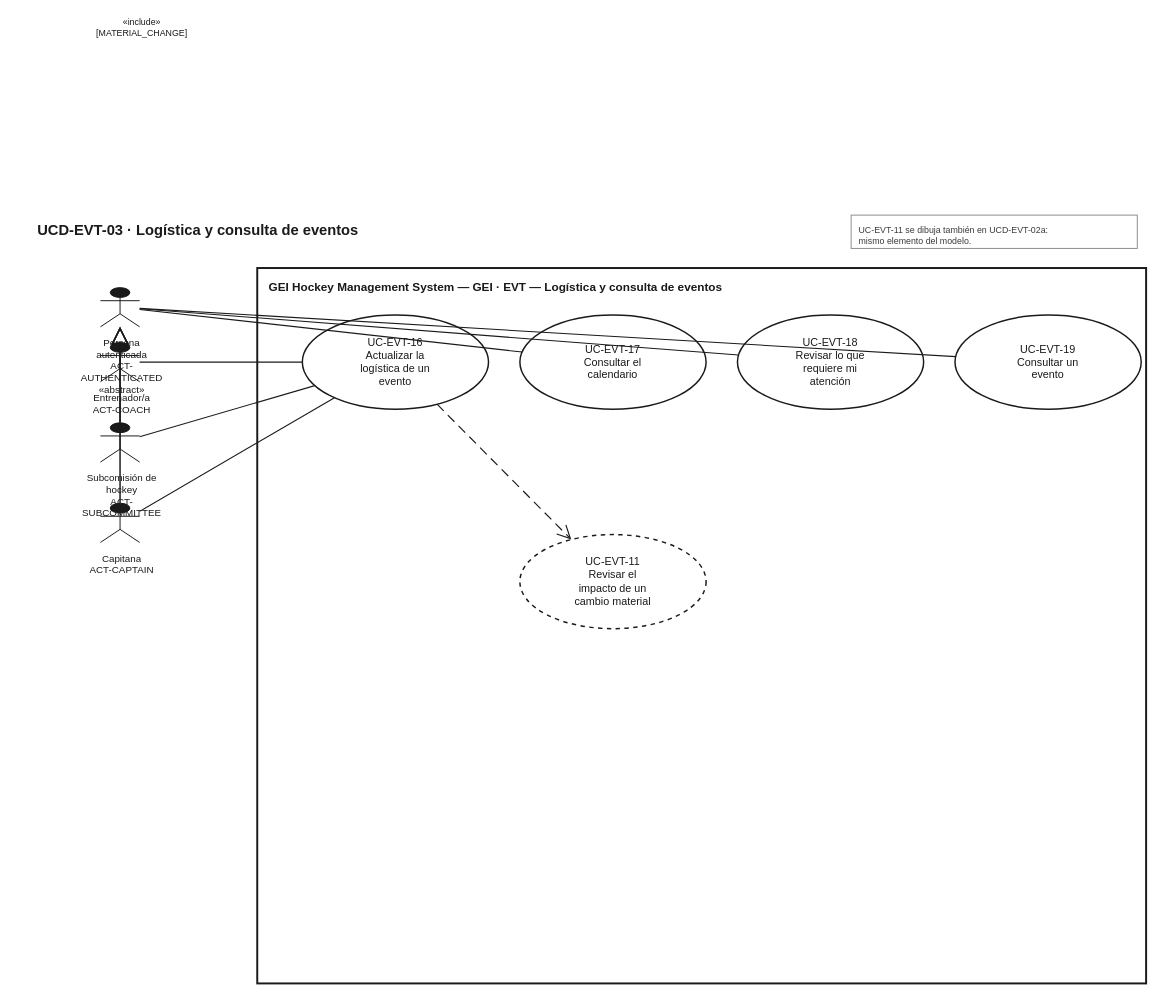
Earlier version of the draw.io diagram docs/uml/use-cases/source/UCD-EVT-03__GEI_Event_Logistics_Queries.drawio (xeyroxpagode/Cluber). Source tidied: cells renumbered, new cells numbered last; positions are measured from the earlier drawing's top-left corner, leaving out a move shared by most shapes. Both pictures are drawn from the tidied source at 98%, with x=0, y=0 at pixel (35, 215).
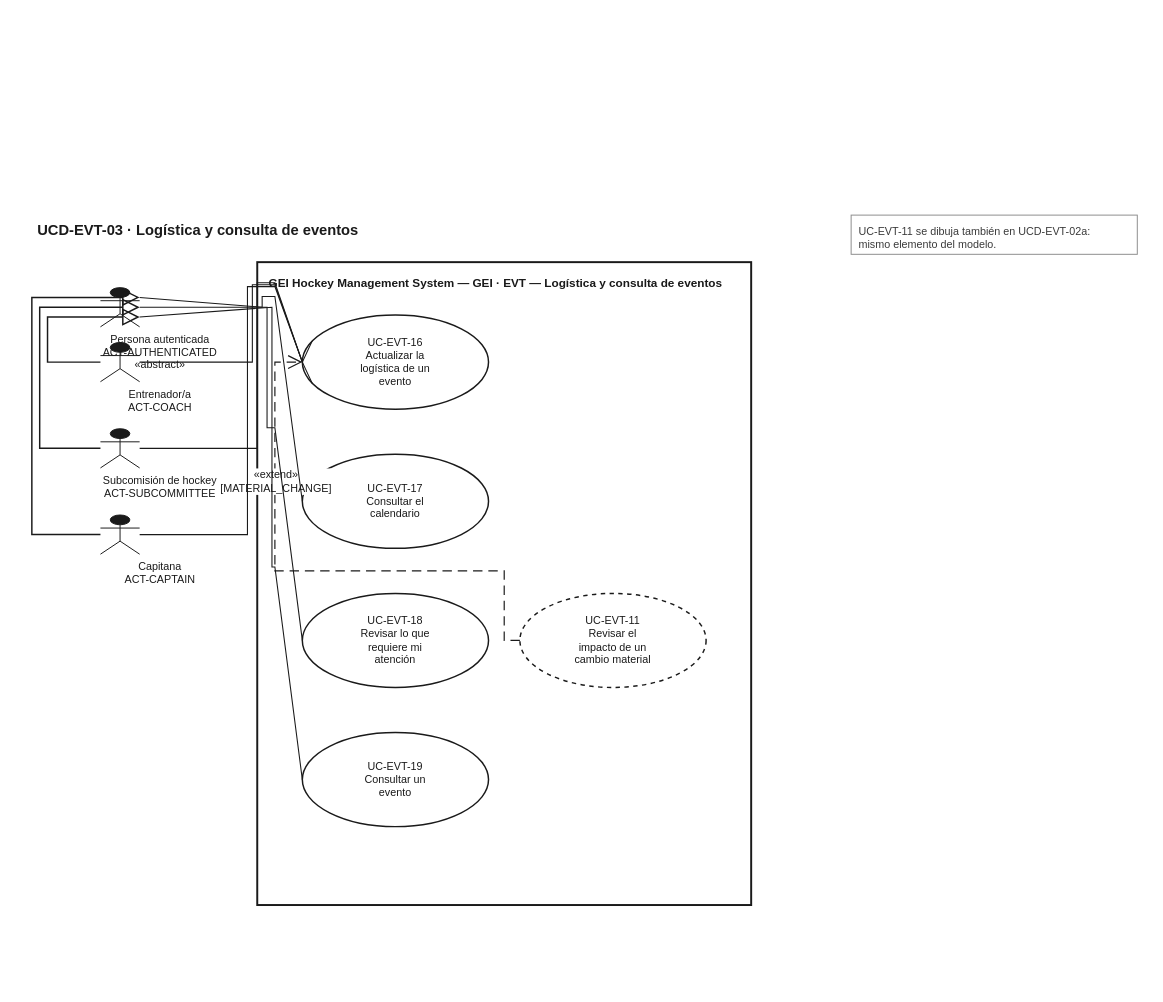
After the change.

Unchanged cells that the change refers to:
```xml
<mxCell id="4" value="UC-EVT-16&lt;br&gt;Actualizar la&lt;br&gt;logística de un&lt;br&gt;evento" style="ellipse;whiteSpace=wrap;html=1;fillColor=#FFFFFF;strokeColor=#1A1A1A;strokeWidth=1.5;fontFamily=Helvetica;fontSize=11;fontColor=#1A1A1A;align=center;verticalAlign=middle;" parent="1" vertex="1">
  <mxGeometry x="272" y="102" width="190" height="96" as="geometry" />
</mxCell>
```

What changed in the source:
```diff
@@
-    <mxCell id="3" value="GEI Hockey Management System — GEI · EVT — Logística y consulta de eventos" style="rounded=0;whiteSpace=wrap;html=1;fillColor=#FFFFFF;strokeColor=#1A1A1A;strokeWidth=2;verticalAlign=top;align=left;spacingLeft=10;spacingTop=6;fontFamily=Helvetica;fontSize=12;fontStyle=1;fontColor=#1A1A1A;" parent="1" vertex="1">
-      <mxGeometry x="226" y="54" width="907" height="730" as="geometry" />
+    <mxCell id="3" value="GEI Hockey Management System — GEI · EVT — Logística y consulta de eventos" style="rounded=0;whiteSpace=wrap;html=1;fillColor=#FFFFFF;strokeColor=#1A1A1A;strokeWidth=2;verticalAlign=top;align=left;spacingLeft=10;spacingTop=8;fontFamily=Helvetica;fontSize=12;fontStyle=1;fontColor=#1A1A1A;" parent="1" vertex="1">
+      <mxGeometry x="226" y="48" width="504" height="656" as="geometry" />
     </mxCell>
@@
     <mxCell id="5" value="UC-EVT-17&lt;br&gt;Consultar el&lt;br&gt;calendario" style="ellipse;whiteSpace=wrap;html=1;fillColor=#FFFFFF;strokeColor=#1A1A1A;strokeWidth=1.5;fontFamily=Helvetica;fontSize=11;fontColor=#1A1A1A;align=center;verticalAlign=middle;" parent="1" vertex="1">
-      <mxGeometry x="494" y="102" width="190" height="96" as="geometry" />
+      <mxGeometry x="272" y="244" width="190" height="96" as="geometry" />
     </mxCell>
     <mxCell id="6" value="UC-EVT-18&lt;br&gt;Revisar lo que&lt;br&gt;requiere mi&lt;br&gt;atención" style="ellipse;whiteSpace=wrap;html=1;fillColor=#FFFFFF;strokeColor=#1A1A1A;strokeWidth=1.5;fontFamily=Helvetica;fontSize=11;fontColor=#1A1A1A;align=center;verticalAlign=middle;" parent="1" vertex="1">
-      <mxGeometry x="716" y="102" width="190" height="96" as="geometry" />
+      <mxGeometry x="272" y="386" width="190" height="96" as="geometry" />
     </mxCell>
     <mxCell id="7" value="UC-EVT-19&lt;br&gt;Consultar un&lt;br&gt;evento" style="ellipse;whiteSpace=wrap;html=1;fillColor=#FFFFFF;strokeColor=#1A1A1A;strokeWidth=1.5;fontFamily=Helvetica;fontSize=11;fontColor=#1A1A1A;align=center;verticalAlign=middle;" parent="1" vertex="1">
-      <mxGeometry x="938" y="102" width="190" height="96" as="geometry" />
+      <mxGeometry x="272" y="528" width="190" height="96" as="geometry" />
     </mxCell>
     <mxCell id="8" value="UC-EVT-11&lt;br&gt;Revisar el&lt;br&gt;impacto de un&lt;br&gt;cambio material" style="ellipse;whiteSpace=wrap;html=1;fillColor=#FFFFFF;strokeColor=#1A1A1A;strokeWidth=1.5;dashed=1;fontFamily=Helvetica;fontSize=11;fontColor=#1A1A1A;align=center;verticalAlign=middle;" parent="1" vertex="1">
-      <mxGeometry x="494" y="326" width="190" height="96" as="geometry" />
+      <mxGeometry x="494" y="386" width="190" height="96" as="geometry" />
     </mxCell>
-    <mxCell id="9" style="shape=umlActor;html=1;verticalLabelPosition=bottom;verticalAlign=top;align=center;labelBackgroundColor=#FFFFFF;fontFamily=Helvetica;fontSize=10;fontColor=#1A1A1A;strokeColor=#1A1A1A;fillColor=#1A1A1A;" parent="1" vertex="1">
+    <mxCell id="9" style="shape=umlActor;html=1;verticalLabelPosition=bottom;verticalAlign=top;align=center;labelBackgroundColor=#FFFFFF;fontFamily=Helvetica;fontSize=11;fontColor=#1A1A1A;strokeColor=#1A1A1A;fillColor=#1A1A1A;" parent="1" vertex="1">
       <mxGeometry x="66" y="74" width="40" height="40" as="geometry" />
     </mxCell>
-    <mxCell id="10" value="Persona&lt;br&gt;autenticada&lt;br&gt;ACT-AUTHENTICATED&lt;br&gt;«abstract»" style="text;html=1;strokeColor=none;fillColor=none;align=center;verticalAlign=top;fontFamily=Helvetica;fontSize=10;fontColor=#1A1A1A;whiteSpace=wrap;" parent="1" vertex="1">
-      <mxGeometry x="42" y="118" width="92" height="52" as="geometry" />
+    <mxCell id="10" value="Persona autenticada&lt;br&gt;ACT-AUTHENTICATED&lt;br&gt;«abstract»" style="text;html=1;strokeColor=none;fillColor=none;align=center;verticalAlign=top;fontFamily=Helvetica;fontSize=11;fontColor=#1A1A1A;whiteSpace=wrap;" parent="1" vertex="1">
+      <mxGeometry x="42" y="114" width="170" height="42" as="geometry" />
     </mxCell>
-    <mxCell id="11" style="shape=umlActor;html=1;verticalLabelPosition=bottom;verticalAlign=top;align=center;labelBackgroundColor=#FFFFFF;fontFamily=Helvetica;fontSize=10;fontColor=#1A1A1A;strokeColor=#1A1A1A;fillColor=#1A1A1A;" parent="1" vertex="1">
+    <mxCell id="11" style="shape=umlActor;html=1;verticalLabelPosition=bottom;verticalAlign=top;align=center;labelBackgroundColor=#FFFFFF;fontFamily=Helvetica;fontSize=11;fontColor=#1A1A1A;strokeColor=#1A1A1A;fillColor=#1A1A1A;" parent="1" vertex="1">
       <mxGeometry x="66" y="130" width="40" height="40" as="geometry" />
     </mxCell>
-    <mxCell id="12" value="Entrenador/a&lt;br&gt;ACT-COACH" style="text;html=1;strokeColor=none;fillColor=none;align=center;verticalAlign=top;fontFamily=Helvetica;fontSize=10;fontColor=#1A1A1A;whiteSpace=wrap;" parent="1" vertex="1">
-      <mxGeometry x="42" y="174" width="92" height="26" as="geometry" />
+    <mxCell id="12" value="Entrenador/a&lt;br&gt;ACT-COACH" style="text;html=1;strokeColor=none;fillColor=none;align=center;verticalAlign=top;fontFamily=Helvetica;fontSize=11;fontColor=#1A1A1A;whiteSpace=wrap;" parent="1" vertex="1">
+      <mxGeometry x="42" y="170" width="170" height="28" as="geometry" />
     </mxCell>
-    <mxCell id="13" style="shape=umlActor;html=1;verticalLabelPosition=bottom;verticalAlign=top;align=center;labelBackgroundColor=#FFFFFF;fontFamily=Helvetica;fontSize=10;fontColor=#1A1A1A;strokeColor=#1A1A1A;fillColor=#1A1A1A;" parent="1" vertex="1">
-      <mxGeometry x="66" y="212" width="40" height="40" as="geometry" />
+    <mxCell id="13" style="shape=umlActor;html=1;verticalLabelPosition=bottom;verticalAlign=top;align=center;labelBackgroundColor=#FFFFFF;fontFamily=Helvetica;fontSize=11;fontColor=#1A1A1A;strokeColor=#1A1A1A;fillColor=#1A1A1A;" parent="1" vertex="1">
+      <mxGeometry x="66" y="218" width="40" height="40" as="geometry" />
     </mxCell>
-    <mxCell id="14" value="Subcomisión de&lt;br&gt;hockey&lt;br&gt;ACT-SUBCOMMITTEE" style="text;html=1;strokeColor=none;fillColor=none;align=center;verticalAlign=top;fontFamily=Helvetica;fontSize=10;fontColor=#1A1A1A;whiteSpace=wrap;" parent="1" vertex="1">
-      <mxGeometry x="42" y="256" width="92" height="39" as="geometry" />
+    <mxCell id="14" value="Subcomisión de hockey&lt;br&gt;ACT-SUBCOMMITTEE" style="text;html=1;strokeColor=none;fillColor=none;align=center;verticalAlign=top;fontFamily=Helvetica;fontSize=11;fontColor=#1A1A1A;whiteSpace=wrap;" parent="1" vertex="1">
+      <mxGeometry x="42" y="258" width="170" height="28" as="geometry" />
     </mxCell>
-    <mxCell id="15" style="shape=umlActor;html=1;verticalLabelPosition=bottom;verticalAlign=top;align=center;labelBackgroundColor=#FFFFFF;fontFamily=Helvetica;fontSize=10;fontColor=#1A1A1A;strokeColor=#1A1A1A;fillColor=#1A1A1A;" parent="1" vertex="1">
-      <mxGeometry x="66" y="294" width="40" height="40" as="geometry" />
+    <mxCell id="15" style="shape=umlActor;html=1;verticalLabelPosition=bottom;verticalAlign=top;align=center;labelBackgroundColor=#FFFFFF;fontFamily=Helvetica;fontSize=11;fontColor=#1A1A1A;strokeColor=#1A1A1A;fillColor=#1A1A1A;" parent="1" vertex="1">
+      <mxGeometry x="66" y="306" width="40" height="40" as="geometry" />
     </mxCell>
-    <mxCell id="16" value="Capitana&lt;br&gt;ACT-CAPTAIN" style="text;html=1;strokeColor=none;fillColor=none;align=center;verticalAlign=top;fontFamily=Helvetica;fontSize=10;fontColor=#1A1A1A;whiteSpace=wrap;" parent="1" vertex="1">
-      <mxGeometry x="42" y="338" width="92" height="26" as="geometry" />
+    <mxCell id="16" value="Capitana&lt;br&gt;ACT-CAPTAIN" style="text;html=1;strokeColor=none;fillColor=none;align=center;verticalAlign=top;fontFamily=Helvetica;fontSize=11;fontColor=#1A1A1A;whiteSpace=wrap;" parent="1" vertex="1">
+      <mxGeometry x="42" y="346" width="170" height="28" as="geometry" />
     </mxCell>
-    <mxCell id="17" value="UC-EVT-11 se dibuja también en UCD-EVT-02a:&lt;br&gt;mismo elemento del modelo." style="rounded=0;whiteSpace=wrap;html=1;fillColor=#FFFFFF;strokeColor=#8C8C8C;strokeWidth=1;align=left;verticalAlign=top;spacingLeft=6;spacingTop=4;fontFamily=Helvetica;fontSize=9;fontColor=#3A3A3A;" parent="1" vertex="1">
-      <mxGeometry x="832" width="292" height="34" as="geometry" />
+    <mxCell id="17" value="UC-EVT-11 se dibuja también en UCD-EVT-02a:&lt;br&gt;mismo elemento del modelo." style="rounded=0;whiteSpace=wrap;html=1;fillColor=#FFFFFF;strokeColor=#8C8C8C;strokeWidth=1;align=left;verticalAlign=top;spacingLeft=6;spacingTop=4;fontFamily=Helvetica;fontSize=11;fontColor=#3A3A3A;" parent="1" vertex="1">
+      <mxGeometry x="832" width="292" height="40" as="geometry" />
     </mxCell>
-    <mxCell id="18" style="endArrow=block;endFill=0;endSize=14;html=1;rounded=0;strokeColor=#1A1A1A;strokeWidth=1.5;" parent="1" edge="1" source="15" target="9">
-      <mxGeometry relative="1" as="geometry" />
+    <mxCell id="18" style="endArrow=block;endFill=0;endSize=14;html=1;rounded=0;strokeColor=#1A1A1A;strokeWidth=1.5;exitX=0;exitY=0.5;exitDx=0;exitDy=0;entryX=1;entryY=0.2500;entryDx=0;entryDy=0;" parent="1" edge="1" source="15" target="9">
+      <mxGeometry relative="1" as="geometry">
+        <Array as="points">
+          <mxPoint x="-4" y="326" />
+          <mxPoint x="-4" y="84" />
+        </Array>
+      </mxGeometry>
     </mxCell>
-    <mxCell id="19" style="endArrow=block;endFill=0;endSize=14;html=1;rounded=0;strokeColor=#1A1A1A;strokeWidth=1.5;" parent="1" edge="1" source="13" target="9">
-      <mxGeometry relative="1" as="geometry" />
+    <mxCell id="19" style="endArrow=block;endFill=0;endSize=14;html=1;rounded=0;strokeColor=#1A1A1A;strokeWidth=1.5;exitX=0;exitY=0.5;exitDx=0;exitDy=0;entryX=1;entryY=0.5000;entryDx=0;entryDy=0;" parent="1" edge="1" source="13" target="9">
+      <mxGeometry relative="1" as="geometry">
+        <Array as="points">
+          <mxPoint x="4" y="238" />
+          <mxPoint x="4" y="94" />
+        </Array>
+      </mxGeometry>
     </mxCell>
-    <mxCell id="20" style="endArrow=block;endFill=0;endSize=14;html=1;rounded=0;strokeColor=#1A1A1A;strokeWidth=1.5;" parent="1" edge="1" source="11" target="9">
-      <mxGeometry relative="1" as="geometry" />
+    <mxCell id="20" style="endArrow=block;endFill=0;endSize=14;html=1;rounded=0;strokeColor=#1A1A1A;strokeWidth=1.5;exitX=0;exitY=0.5;exitDx=0;exitDy=0;entryX=1;entryY=0.7500;entryDx=0;entryDy=0;" parent="1" edge="1" source="11" target="9">
+      <mxGeometry relative="1" as="geometry">
+        <Array as="points">
+          <mxPoint x="12" y="150" />
+          <mxPoint x="12" y="104" />
+        </Array>
+      </mxGeometry>
     </mxCell>
-    <mxCell id="21" style="dashed=1;dashPattern=8 5;endArrow=open;endFill=0;endSize=12;html=1;rounded=0;strokeColor=#1A1A1A;strokeWidth=1.2;" parent="1" edge="1" source="4" target="8">
-      <mxGeometry relative="1" as="geometry" />
+    <mxCell id="21" style="dashed=1;dashPattern=8 5;endArrow=open;endFill=0;endSize=12;html=1;rounded=0;strokeColor=#1A1A1A;strokeWidth=1.2;exitX=0;exitY=0.5;exitDx=0;exitDy=0;entryX=0;entryY=0.5;entryDx=0;entryDy=0;" parent="1" edge="1" source="8" target="4">
+      <mxGeometry relative="1" as="geometry">
+        <Array as="points">
+          <mxPoint x="478" y="434" />
+          <mxPoint x="478" y="363" />
+          <mxPoint x="244" y="363" />
+          <mxPoint x="244" y="150" />
+          <mxPoint x="272" y="150" />
+        </Array>
+      </mxGeometry>
     </mxCell>
-    <mxCell id="22" value="«include»&lt;br&gt;[MATERIAL_CHANGE]" style="edgeLabel;html=1;align=center;verticalAlign=middle;labelBackgroundColor=#FFFFFF;fontFamily=Helvetica;fontSize=9;fontColor=#1A1A1A;spacing=0;" parent="21" vertex="1">
-      <mxGeometry x="-6" y="56" relative="1" as="geometry" />
+    <mxCell id="22" value="«extend»&lt;br&gt;[MATERIAL_CHANGE]" style="edgeLabel;html=1;align=center;verticalAlign=middle;labelBackgroundColor=#FFFFFF;fontFamily=Helvetica;fontSize=11;fontColor=#1A1A1A;spacing=0;" parent="21" vertex="1">
+      <mxGeometry x="0.47" relative="1" as="geometry" />
     </mxCell>
-    <mxCell id="23" style="endArrow=none;html=1;rounded=0;strokeColor=#1A1A1A;strokeWidth=1.1;" parent="1" edge="1" source="9" target="7">
-      <mxGeometry relative="1" as="geometry" />
+    <mxCell id="23" style="endArrow=none;html=1;rounded=0;strokeColor=#1A1A1A;strokeWidth=1.1;exitX=1;exitY=0.5;exitDx=0;exitDy=0;entryX=0;entryY=0.75;entryDx=0;entryDy=0;" parent="1" edge="1" source="15" target="4">
+      <mxGeometry relative="1" as="geometry">
+        <Array as="points">
+          <mxPoint x="216" y="326" />
+          <mxPoint x="216" y="73" />
+          <mxPoint x="244" y="73" />
+          <mxPoint x="272" y="150" />
+        </Array>
+      </mxGeometry>
     </mxCell>
-    <mxCell id="24" style="endArrow=none;html=1;rounded=0;strokeColor=#1A1A1A;strokeWidth=1.1;" parent="1" edge="1" source="9" target="6">
-      <mxGeometry relative="1" as="geometry" />
+    <mxCell id="24" style="endArrow=none;html=1;rounded=0;strokeColor=#1A1A1A;strokeWidth=1.1;exitX=1;exitY=0.5;exitDx=0;exitDy=0;entryX=0;entryY=0.25;entryDx=0;entryDy=0;" parent="1" edge="1" source="11" target="4">
+      <mxGeometry relative="1" as="geometry">
+        <Array as="points">
+          <mxPoint x="221" y="150" />
+          <mxPoint x="221" y="71" />
+          <mxPoint x="244" y="71" />
+          <mxPoint x="272" y="150" />
+        </Array>
+      </mxGeometry>
     </mxCell>
-    <mxCell id="25" style="endArrow=none;html=1;rounded=0;strokeColor=#1A1A1A;strokeWidth=1.1;" parent="1" edge="1" source="9" target="5">
-      <mxGeometry relative="1" as="geometry" />
+    <mxCell id="25" style="endArrow=none;html=1;rounded=0;strokeColor=#1A1A1A;strokeWidth=1.1;exitX=1;exitY=0.5;exitDx=0;exitDy=0;entryX=0;entryY=0.5;entryDx=0;entryDy=0;" parent="1" edge="1" source="13" target="4">
+      <mxGeometry relative="1" as="geometry">
+        <Array as="points">
+          <mxPoint x="226" y="238" />
+          <mxPoint x="226" y="69" />
+          <mxPoint x="244" y="69" />
+          <mxPoint x="272" y="150" />
+        </Array>
+      </mxGeometry>
     </mxCell>
-    <mxCell id="26" style="endArrow=none;html=1;rounded=0;strokeColor=#1A1A1A;strokeWidth=1.1;" parent="1" edge="1" source="15" target="4">
-      <mxGeometry relative="1" as="geometry" />
+    <mxCell id="26" style="endArrow=none;html=1;rounded=0;strokeColor=#1A1A1A;strokeWidth=1.1;exitX=1;exitY=0.25;exitDx=0;exitDy=0;entryX=0;entryY=0.5;entryDx=0;entryDy=0;" parent="1" edge="1" source="9" target="5">
+      <mxGeometry relative="1" as="geometry">
+        <Array as="points">
+          <mxPoint x="231" y="94" />
+          <mxPoint x="231" y="83" />
+          <mxPoint x="244" y="83" />
+          <mxPoint x="272" y="292" />
+        </Array>
+      </mxGeometry>
     </mxCell>
-    <mxCell id="27" style="endArrow=none;html=1;rounded=0;strokeColor=#1A1A1A;strokeWidth=1.1;" parent="1" edge="1" source="13" target="4">
-      <mxGeometry relative="1" as="geometry" />
+    <mxCell id="27" style="endArrow=none;html=1;rounded=0;strokeColor=#1A1A1A;strokeWidth=1.1;exitX=1;exitY=0.5;exitDx=0;exitDy=0;entryX=0;entryY=0.5;entryDx=0;entryDy=0;" parent="1" edge="1" source="9" target="6">
+      <mxGeometry relative="1" as="geometry">
+        <Array as="points">
+          <mxPoint x="236" y="94" />
+          <mxPoint x="236" y="217" />
+          <mxPoint x="244" y="217" />
+          <mxPoint x="272" y="434" />
+        </Array>
+      </mxGeometry>
     </mxCell>
-    <mxCell id="28" style="endArrow=none;html=1;rounded=0;strokeColor=#1A1A1A;strokeWidth=1.1;" parent="1" edge="1" source="11" target="4">
-      <mxGeometry relative="1" as="geometry" />
+    <mxCell id="28" style="endArrow=none;html=1;rounded=0;strokeColor=#1A1A1A;strokeWidth=1.1;exitX=1;exitY=0.75;exitDx=0;exitDy=0;entryX=0;entryY=0.5;entryDx=0;entryDy=0;" parent="1" edge="1" source="9" target="7">
+      <mxGeometry relative="1" as="geometry">
+        <Array as="points">
+          <mxPoint x="241" y="94" />
+          <mxPoint x="241" y="359" />
+          <mxPoint x="244" y="359" />
+          <mxPoint x="272" y="576" />
+        </Array>
+      </mxGeometry>
     </mxCell>
```
